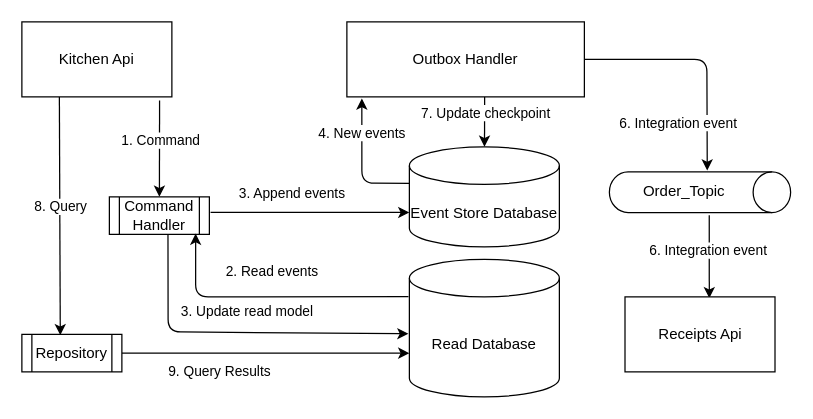
Earlier version of the draw.io diagram Images/diagram.drawio (RobertoFreireFerrazPassos/EventSourcing-and-Cqrs). Source tidied: cells renumbered, new cells numbered last; positions are measured from the earlier drawing's top-left corner, leaving out a move shared by most shapes. Both pictures are drawn from the tidied source at 125%, with x=0, y=0 at pixel (21, 21).
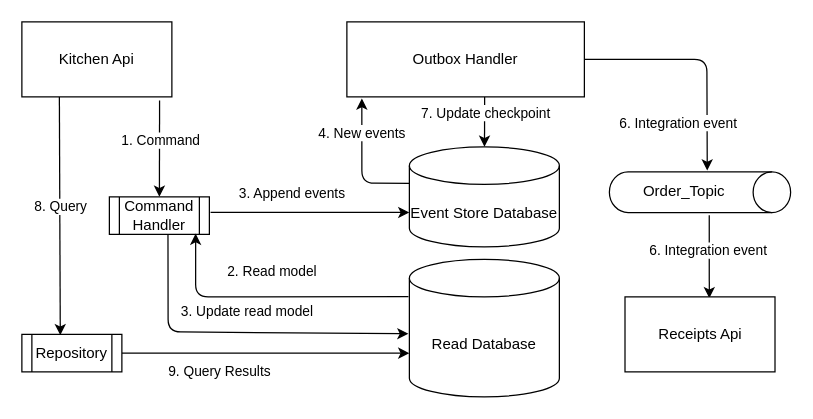
After the change.

Unchanged cells that the change refers to:
```xml
<mxCell id="25" style="edgeStyle=none;html=1;entryX=0.863;entryY=0.979;entryDx=0;entryDy=0;entryPerimeter=0;exitX=-0.006;exitY=0.271;exitDx=0;exitDy=0;exitPerimeter=0;" parent="1" edge="1" source="27" target="10">
  <mxGeometry relative="1" as="geometry">
    <Array as="points">
      <mxPoint x="139" y="220" />
    </Array>
  </mxGeometry>
</mxCell>
```

The edit, as a diff of the source:
```diff
@@
-    <mxCell id="26" value="&lt;div&gt;2. Read events&lt;/div&gt;" style="edgeLabel;html=1;align=center;verticalAlign=middle;" parent="25" vertex="1">
+    <mxCell id="26" value="&lt;div&gt;2. Read model&lt;/div&gt;" style="edgeLabel;html=1;align=center;verticalAlign=middle;" parent="25" vertex="1">
       <mxGeometry x="0.22" y="-2" relative="1" as="geometry">
         <mxPoint x="25" y="-18" as="offset" />
       </mxGeometry>
     </mxCell>
```
